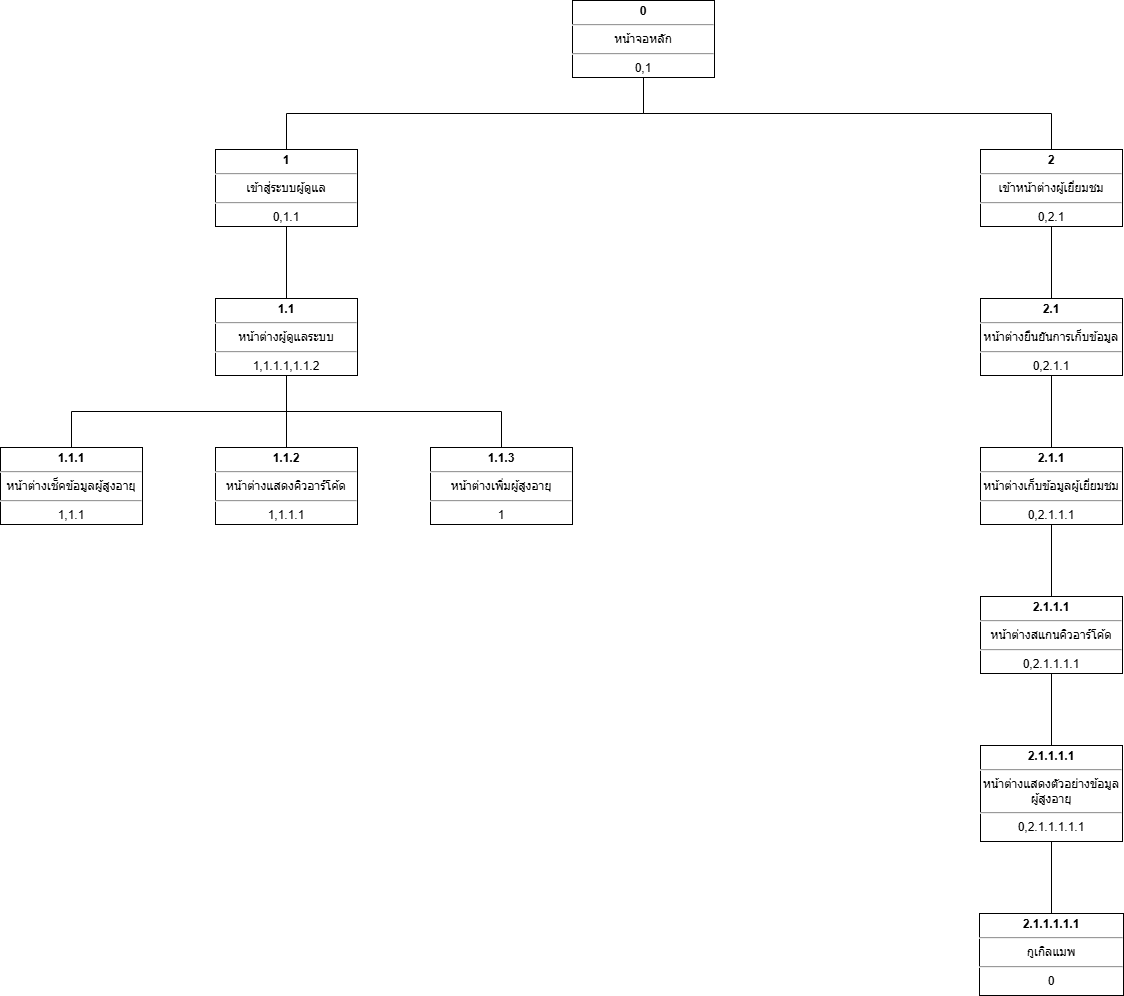
Earlier version of the draw.io export out/usecaseall/Userinterface.drawio.png (CChayut/Di-grm). Source tidied: cells renumbered, new cells last; positions are measured from the earlier drawing's top-left corner, leaving out a move shared by most shapes. Its diagram source:
```xml
<mxGraphModel>
  <root>
    <mxCell id="0" />
    <mxCell id="1" parent="0" />
    <mxCell id="2" style="edgeStyle=orthogonalEdgeStyle;rounded=0;jettySize=auto;html=1;exitX=0.5;exitY=1;exitDx=0;exitDy=0;entryX=0.5;entryY=0;entryDx=0;entryDy=0;fontSize=12;startSize=8;endSize=8;endArrow=none;startFill=0;" parent="1" edge="1" source="4" target="8">
      <mxGeometry relative="1" as="geometry" />
    </mxCell>
    <mxCell id="3" style="edgeStyle=orthogonalEdgeStyle;rounded=0;jettySize=auto;html=1;exitX=0.5;exitY=1;exitDx=0;exitDy=0;entryX=0.5;entryY=0;entryDx=0;entryDy=0;fontSize=12;startSize=8;endSize=8;endArrow=none;startFill=0;" parent="1" edge="1" source="4" target="6">
      <mxGeometry relative="1" as="geometry" />
    </mxCell>
    <mxCell id="4" value="&lt;p style=&quot;margin:0px;margin-top:4px;text-align:center;&quot;&gt;&lt;/p&gt;&lt;div style=&quot;text-align: center;&quot;&gt;&lt;span style=&quot;background-color: transparent; color: light-dark(rgb(0, 0, 0), rgb(255, 255, 255));&quot;&gt;&lt;b&gt;0&lt;/b&gt;&lt;/span&gt;&lt;/div&gt;&lt;div style=&quot;text-align: center;&quot;&gt;&lt;hr&gt;&lt;/div&gt;&lt;div style=&quot;text-align: center;&quot;&gt;&lt;span style=&quot;background-color: transparent; color: light-dark(rgb(0, 0, 0), rgb(255, 255, 255));&quot;&gt;หน้าจอหลัก&lt;/span&gt;&lt;/div&gt;&lt;div style=&quot;text-align: center;&quot;&gt;&lt;hr&gt;0,1&lt;/div&gt;" style="verticalAlign=top;align=left;overflow=fill;html=1;whiteSpace=wrap;" parent="1" vertex="1">
      <mxGeometry x="572" width="142" height="77" as="geometry" />
    </mxCell>
    <mxCell id="5" style="rounded=0;jettySize=auto;html=1;exitX=0.5;exitY=1;exitDx=0;exitDy=0;entryX=0.5;entryY=0;entryDx=0;entryDy=0;fontSize=12;startSize=8;endSize=8;endArrow=none;startFill=0;" parent="1" edge="1" source="6" target="12">
      <mxGeometry relative="1" as="geometry" />
    </mxCell>
    <mxCell id="6" value="&lt;p style=&quot;margin:0px;margin-top:4px;text-align:center;&quot;&gt;&lt;/p&gt;&lt;div style=&quot;text-align: center;&quot;&gt;&lt;b&gt;1&lt;/b&gt;&lt;/div&gt;&lt;div style=&quot;text-align: center;&quot;&gt;&lt;hr&gt;&lt;/div&gt;&lt;div style=&quot;text-align: center;&quot;&gt;&lt;/div&gt;&lt;div style=&quot;text-align: center;&quot;&gt;เข้าสู่ระบบผู้ดูแล&lt;/div&gt;&lt;hr&gt;&lt;div style=&quot;text-align: center;&quot;&gt;0,1.1&lt;/div&gt;" style="verticalAlign=top;align=left;overflow=fill;html=1;whiteSpace=wrap;" parent="1" vertex="1">
      <mxGeometry x="215" y="149" width="142" height="77" as="geometry" />
    </mxCell>
    <mxCell id="7" style="edgeStyle=none;curved=1;rounded=0;jettySize=auto;html=1;exitX=0.5;exitY=1;exitDx=0;exitDy=0;entryX=0.5;entryY=0;entryDx=0;entryDy=0;fontSize=12;startSize=8;endSize=8;endArrow=none;startFill=0;" parent="1" edge="1" source="8" target="17">
      <mxGeometry relative="1" as="geometry" />
    </mxCell>
    <mxCell id="8" value="&lt;p style=&quot;margin:0px;margin-top:4px;text-align:center;&quot;&gt;&lt;/p&gt;&lt;div style=&quot;text-align: center;&quot;&gt;&lt;b&gt;2&lt;/b&gt;&lt;/div&gt;&lt;div style=&quot;text-align: center;&quot;&gt;&lt;hr&gt;&lt;/div&gt;&lt;div style=&quot;text-align: center;&quot;&gt;&lt;/div&gt;&lt;div style=&quot;text-align: center;&quot;&gt;เข้าหน้าต่างผู้เยี่ยมชม&lt;/div&gt;&lt;hr&gt;&lt;div style=&quot;text-align: center;&quot;&gt;0,2.1&lt;/div&gt;" style="verticalAlign=top;align=left;overflow=fill;html=1;whiteSpace=wrap;" parent="1" vertex="1">
      <mxGeometry x="980" y="149" width="142" height="77" as="geometry" />
    </mxCell>
    <mxCell id="9" style="edgeStyle=orthogonalEdgeStyle;rounded=0;jettySize=auto;html=1;exitX=0.5;exitY=1;exitDx=0;exitDy=0;entryX=0.5;entryY=0;entryDx=0;entryDy=0;fontSize=12;startSize=8;endSize=8;endArrow=none;startFill=0;" parent="1" edge="1" source="12" target="13">
      <mxGeometry relative="1" as="geometry" />
    </mxCell>
    <mxCell id="10" style="edgeStyle=orthogonalEdgeStyle;rounded=0;jettySize=auto;html=1;exitX=0.5;exitY=1;exitDx=0;exitDy=0;entryX=0.5;entryY=0;entryDx=0;entryDy=0;fontSize=12;startSize=8;endSize=8;endArrow=none;startFill=0;" parent="1" edge="1" source="12" target="14">
      <mxGeometry relative="1" as="geometry" />
    </mxCell>
    <mxCell id="11" style="edgeStyle=orthogonalEdgeStyle;rounded=0;jettySize=auto;html=1;exitX=0.5;exitY=1;exitDx=0;exitDy=0;entryX=0.5;entryY=0;entryDx=0;entryDy=0;fontSize=12;startSize=8;endSize=8;endArrow=none;startFill=0;" parent="1" edge="1" source="12" target="15">
      <mxGeometry relative="1" as="geometry" />
    </mxCell>
    <mxCell id="12" value="&lt;p style=&quot;margin:0px;margin-top:4px;text-align:center;&quot;&gt;&lt;/p&gt;&lt;div style=&quot;text-align: center;&quot;&gt;&lt;b&gt;1.1&lt;/b&gt;&lt;/div&gt;&lt;div style=&quot;text-align: center;&quot;&gt;&lt;hr&gt;&lt;/div&gt;&lt;div style=&quot;text-align: center;&quot;&gt;&lt;/div&gt;&lt;div style=&quot;text-align: center;&quot;&gt;หน้าต่างผู้ดูแลระบบ&lt;/div&gt;&lt;hr&gt;&lt;div style=&quot;text-align: center;&quot;&gt;1,1.1.1,1.1.2&lt;/div&gt;" style="verticalAlign=top;align=left;overflow=fill;html=1;whiteSpace=wrap;" parent="1" vertex="1">
      <mxGeometry x="215" y="298" width="142" height="77" as="geometry" />
    </mxCell>
    <mxCell id="13" value="&lt;p style=&quot;margin:0px;margin-top:4px;text-align:center;&quot;&gt;&lt;/p&gt;&lt;div style=&quot;text-align: center;&quot;&gt;&lt;b&gt;1.1.1&lt;/b&gt;&lt;/div&gt;&lt;div style=&quot;text-align: center;&quot;&gt;&lt;hr&gt;&lt;/div&gt;&lt;div style=&quot;text-align: center;&quot;&gt;&lt;/div&gt;&lt;div style=&quot;text-align: center;&quot;&gt;หน้าต่างเช็คข้อมูลผู้สูงอายุ&lt;/div&gt;&lt;hr&gt;&lt;div style=&quot;text-align: center;&quot;&gt;1,1.1&lt;/div&gt;" style="verticalAlign=top;align=left;overflow=fill;html=1;whiteSpace=wrap;" parent="1" vertex="1">
      <mxGeometry y="447" width="142" height="77" as="geometry" />
    </mxCell>
    <mxCell id="14" value="&lt;p style=&quot;margin:0px;margin-top:4px;text-align:center;&quot;&gt;&lt;/p&gt;&lt;div style=&quot;text-align: center;&quot;&gt;&lt;b&gt;1.1.2&lt;/b&gt;&lt;/div&gt;&lt;div style=&quot;text-align: center;&quot;&gt;&lt;hr&gt;&lt;/div&gt;&lt;div style=&quot;text-align: center;&quot;&gt;&lt;/div&gt;&lt;div style=&quot;text-align: center;&quot;&gt;หน้าต่างแสดงคิวอาร์โค้ด&lt;/div&gt;&lt;hr&gt;&lt;div style=&quot;text-align: center;&quot;&gt;1,1.1.1&lt;/div&gt;" style="verticalAlign=top;align=left;overflow=fill;html=1;whiteSpace=wrap;" parent="1" vertex="1">
      <mxGeometry x="215" y="447" width="142" height="77" as="geometry" />
    </mxCell>
    <mxCell id="15" value="&lt;p style=&quot;margin:0px;margin-top:4px;text-align:center;&quot;&gt;&lt;/p&gt;&lt;div style=&quot;text-align: center;&quot;&gt;&lt;b&gt;1.1.3&lt;/b&gt;&lt;/div&gt;&lt;div style=&quot;text-align: center;&quot;&gt;&lt;hr&gt;&lt;/div&gt;&lt;div style=&quot;text-align: center;&quot;&gt;&lt;/div&gt;&lt;div style=&quot;text-align: center;&quot;&gt;หน้าต่างเพิ่มผู้สูงอายุ&lt;/div&gt;&lt;hr&gt;&lt;div style=&quot;text-align: center;&quot;&gt;1&lt;/div&gt;" style="verticalAlign=top;align=left;overflow=fill;html=1;whiteSpace=wrap;" parent="1" vertex="1">
      <mxGeometry x="430" y="447" width="142" height="77" as="geometry" />
    </mxCell>
    <mxCell id="16" style="edgeStyle=none;curved=1;rounded=0;jettySize=auto;html=1;exitX=0.5;exitY=1;exitDx=0;exitDy=0;entryX=0.5;entryY=0;entryDx=0;entryDy=0;fontSize=12;startSize=8;endSize=8;endArrow=none;startFill=0;" parent="1" edge="1" source="17" target="19">
      <mxGeometry relative="1" as="geometry" />
    </mxCell>
    <mxCell id="17" value="&lt;p style=&quot;margin:0px;margin-top:4px;text-align:center;&quot;&gt;&lt;/p&gt;&lt;div style=&quot;text-align: center;&quot;&gt;&lt;b&gt;2.1&lt;/b&gt;&lt;/div&gt;&lt;div style=&quot;text-align: center;&quot;&gt;&lt;hr&gt;&lt;/div&gt;&lt;div style=&quot;text-align: center;&quot;&gt;&lt;/div&gt;&lt;div style=&quot;text-align: center;&quot;&gt;หน้าต่างยืนยันการเก็บข้อมูล&lt;/div&gt;&lt;hr&gt;&lt;div style=&quot;text-align: center;&quot;&gt;0,2.1.1&lt;/div&gt;" style="verticalAlign=top;align=left;overflow=fill;html=1;whiteSpace=wrap;" parent="1" vertex="1">
      <mxGeometry x="980" y="298" width="142" height="77" as="geometry" />
    </mxCell>
    <mxCell id="18" style="edgeStyle=none;curved=1;rounded=0;jettySize=auto;html=1;exitX=0.5;exitY=1;exitDx=0;exitDy=0;entryX=0.5;entryY=0;entryDx=0;entryDy=0;fontSize=12;startSize=8;endSize=8;endArrow=none;startFill=0;" parent="1" edge="1" source="19" target="21">
      <mxGeometry relative="1" as="geometry" />
    </mxCell>
    <mxCell id="19" value="&lt;p style=&quot;margin:0px;margin-top:4px;text-align:center;&quot;&gt;&lt;/p&gt;&lt;div style=&quot;text-align: center;&quot;&gt;&lt;b&gt;2.1.1&lt;/b&gt;&lt;/div&gt;&lt;div style=&quot;text-align: center;&quot;&gt;&lt;hr&gt;&lt;/div&gt;&lt;div style=&quot;text-align: center;&quot;&gt;&lt;/div&gt;&lt;div style=&quot;text-align: center;&quot;&gt;หน้าต่างเก็บข้อมูลผู้เยี่ยมชม&lt;/div&gt;&lt;hr&gt;&lt;div style=&quot;text-align: center;&quot;&gt;0,2.1.1.1&lt;/div&gt;" style="verticalAlign=top;align=left;overflow=fill;html=1;whiteSpace=wrap;" parent="1" vertex="1">
      <mxGeometry x="980" y="447" width="142" height="77" as="geometry" />
    </mxCell>
    <mxCell id="20" style="edgeStyle=none;curved=1;rounded=0;jettySize=auto;html=1;exitX=0.5;exitY=1;exitDx=0;exitDy=0;entryX=0.5;entryY=0;entryDx=0;entryDy=0;fontSize=12;startSize=8;endSize=8;endArrow=none;startFill=0;" parent="1" edge="1" source="21" target="23">
      <mxGeometry relative="1" as="geometry" />
    </mxCell>
    <mxCell id="21" value="&lt;p style=&quot;margin:0px;margin-top:4px;text-align:center;&quot;&gt;&lt;/p&gt;&lt;div style=&quot;text-align: center;&quot;&gt;&lt;b&gt;2.1.1.1&lt;/b&gt;&lt;/div&gt;&lt;div style=&quot;text-align: center;&quot;&gt;&lt;hr&gt;&lt;/div&gt;&lt;div style=&quot;text-align: center;&quot;&gt;&lt;/div&gt;&lt;div style=&quot;text-align: center;&quot;&gt;หน้าต่างสแกนคิวอาร์โค้ด&lt;/div&gt;&lt;hr&gt;&lt;div style=&quot;text-align: center;&quot;&gt;0,2.1.1.1.1&lt;/div&gt;" style="verticalAlign=top;align=left;overflow=fill;html=1;whiteSpace=wrap;" parent="1" vertex="1">
      <mxGeometry x="980" y="596" width="142" height="77" as="geometry" />
    </mxCell>
    <mxCell id="22" style="edgeStyle=none;curved=1;rounded=0;jettySize=auto;html=1;exitX=0.5;exitY=1;exitDx=0;exitDy=0;entryX=0.5;entryY=0;entryDx=0;entryDy=0;fontSize=12;startSize=8;endSize=8;endArrow=none;startFill=0;" parent="1" edge="1" source="23" target="24">
      <mxGeometry relative="1" as="geometry" />
    </mxCell>
    <mxCell id="23" value="&lt;p style=&quot;margin:0px;margin-top:4px;text-align:center;&quot;&gt;&lt;/p&gt;&lt;div style=&quot;text-align: center;&quot;&gt;&lt;b&gt;2.1.1.1.1&lt;/b&gt;&lt;/div&gt;&lt;div style=&quot;text-align: center;&quot;&gt;&lt;hr&gt;&lt;/div&gt;&lt;div style=&quot;text-align: center;&quot;&gt;&lt;/div&gt;&lt;div style=&quot;text-align: center;&quot;&gt;หน้าต่างแสดงตัวอย่างข้อมูลผู้สูงอายุ&lt;/div&gt;&lt;hr&gt;&lt;div style=&quot;text-align: center;&quot;&gt;0,2.1.1.1.1.1&lt;/div&gt;" style="verticalAlign=top;align=left;overflow=fill;html=1;whiteSpace=wrap;" parent="1" vertex="1">
      <mxGeometry x="980" y="745" width="142" height="96" as="geometry" />
    </mxCell>
    <mxCell id="24" value="&lt;p style=&quot;margin:0px;margin-top:4px;text-align:center;&quot;&gt;&lt;/p&gt;&lt;div style=&quot;text-align: center;&quot;&gt;&lt;b&gt;2.1.1.1.1.1&lt;/b&gt;&lt;/div&gt;&lt;div style=&quot;text-align: center;&quot;&gt;&lt;hr&gt;&lt;/div&gt;&lt;div style=&quot;text-align: center;&quot;&gt;&lt;/div&gt;&lt;div style=&quot;text-align: center;&quot;&gt;กูเกิลแมพ&lt;/div&gt;&lt;hr&gt;&lt;div style=&quot;text-align: center;&quot;&gt;0&lt;/div&gt;" style="verticalAlign=top;align=left;overflow=fill;html=1;whiteSpace=wrap;" parent="1" vertex="1">
      <mxGeometry x="979" y="913" width="144" height="82" as="geometry" />
    </mxCell>
  </root>
</mxGraphModel>
```
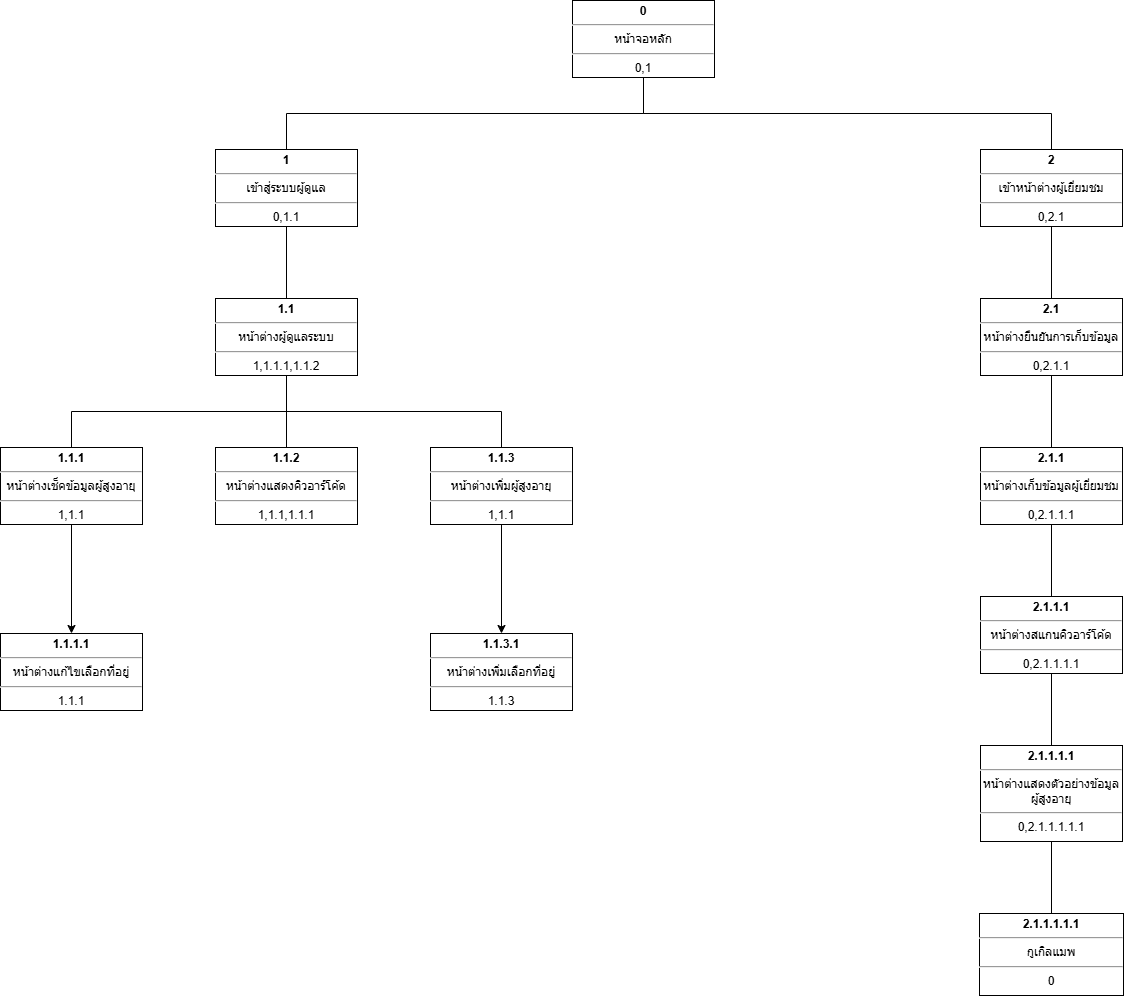
The same file after the commit.

Change to the diagram source:
```diff
@@ -35,13 +35,19 @@
     <mxCell id="12" value="&lt;p style=&quot;margin:0px;margin-top:4px;text-align:center;&quot;&gt;&lt;/p&gt;&lt;div style=&quot;text-align: center;&quot;&gt;&lt;b&gt;1.1&lt;/b&gt;&lt;/div&gt;&lt;div style=&quot;text-align: center;&quot;&gt;&lt;hr&gt;&lt;/div&gt;&lt;div style=&quot;text-align: center;&quot;&gt;&lt;/div&gt;&lt;div style=&quot;text-align: center;&quot;&gt;หน้าต่างผู้ดูแลระบบ&lt;/div&gt;&lt;hr&gt;&lt;div style=&quot;text-align: center;&quot;&gt;1,1.1.1,1.1.2&lt;/div&gt;" style="verticalAlign=top;align=left;overflow=fill;html=1;whiteSpace=wrap;" parent="1" vertex="1">
       <mxGeometry x="215" y="298" width="142" height="77" as="geometry" />
     </mxCell>
+    <mxCell id="25" style="edgeStyle=orthogonalEdgeStyle;rounded=0;jettySize=auto;html=1;exitX=0.5;exitY=1;exitDx=0;exitDy=0;entryX=0.5;entryY=0;entryDx=0;entryDy=0;" parent="1" edge="1" source="13" target="27">
+      <mxGeometry relative="1" as="geometry" />
+    </mxCell>
     <mxCell id="13" value="&lt;p style=&quot;margin:0px;margin-top:4px;text-align:center;&quot;&gt;&lt;/p&gt;&lt;div style=&quot;text-align: center;&quot;&gt;&lt;b&gt;1.1.1&lt;/b&gt;&lt;/div&gt;&lt;div style=&quot;text-align: center;&quot;&gt;&lt;hr&gt;&lt;/div&gt;&lt;div style=&quot;text-align: center;&quot;&gt;&lt;/div&gt;&lt;div style=&quot;text-align: center;&quot;&gt;หน้าต่างเช็คข้อมูลผู้สูงอายุ&lt;/div&gt;&lt;hr&gt;&lt;div style=&quot;text-align: center;&quot;&gt;1,1.1&lt;/div&gt;" style="verticalAlign=top;align=left;overflow=fill;html=1;whiteSpace=wrap;" parent="1" vertex="1">
       <mxGeometry y="447" width="142" height="77" as="geometry" />
     </mxCell>
-    <mxCell id="14" value="&lt;p style=&quot;margin:0px;margin-top:4px;text-align:center;&quot;&gt;&lt;/p&gt;&lt;div style=&quot;text-align: center;&quot;&gt;&lt;b&gt;1.1.2&lt;/b&gt;&lt;/div&gt;&lt;div style=&quot;text-align: center;&quot;&gt;&lt;hr&gt;&lt;/div&gt;&lt;div style=&quot;text-align: center;&quot;&gt;&lt;/div&gt;&lt;div style=&quot;text-align: center;&quot;&gt;หน้าต่างแสดงคิวอาร์โค้ด&lt;/div&gt;&lt;hr&gt;&lt;div style=&quot;text-align: center;&quot;&gt;1,1.1.1&lt;/div&gt;" style="verticalAlign=top;align=left;overflow=fill;html=1;whiteSpace=wrap;" parent="1" vertex="1">
+    <mxCell id="14" value="&lt;p style=&quot;margin:0px;margin-top:4px;text-align:center;&quot;&gt;&lt;/p&gt;&lt;div style=&quot;text-align: center;&quot;&gt;&lt;b&gt;1.1.2&lt;/b&gt;&lt;/div&gt;&lt;div style=&quot;text-align: center;&quot;&gt;&lt;hr&gt;&lt;/div&gt;&lt;div style=&quot;text-align: center;&quot;&gt;&lt;/div&gt;&lt;div style=&quot;text-align: center;&quot;&gt;หน้าต่างแสดงคิวอาร์โค้ด&lt;/div&gt;&lt;hr&gt;&lt;div style=&quot;text-align: center;&quot;&gt;1,1.1,1.1.1&lt;/div&gt;" style="verticalAlign=top;align=left;overflow=fill;html=1;whiteSpace=wrap;" parent="1" vertex="1">
       <mxGeometry x="215" y="447" width="142" height="77" as="geometry" />
     </mxCell>
+    <mxCell id="26" style="edgeStyle=orthogonalEdgeStyle;rounded=0;jettySize=auto;html=1;exitX=0.5;exitY=1;exitDx=0;exitDy=0;entryX=0.5;entryY=0;entryDx=0;entryDy=0;" parent="1" edge="1" source="15" target="28">
+      <mxGeometry relative="1" as="geometry" />
+    </mxCell>
-    <mxCell id="15" value="&lt;p style=&quot;margin:0px;margin-top:4px;text-align:center;&quot;&gt;&lt;/p&gt;&lt;div style=&quot;text-align: center;&quot;&gt;&lt;b&gt;1.1.3&lt;/b&gt;&lt;/div&gt;&lt;div style=&quot;text-align: center;&quot;&gt;&lt;hr&gt;&lt;/div&gt;&lt;div style=&quot;text-align: center;&quot;&gt;&lt;/div&gt;&lt;div style=&quot;text-align: center;&quot;&gt;หน้าต่างเพิ่มผู้สูงอายุ&lt;/div&gt;&lt;hr&gt;&lt;div style=&quot;text-align: center;&quot;&gt;1&lt;/div&gt;" style="verticalAlign=top;align=left;overflow=fill;html=1;whiteSpace=wrap;" parent="1" vertex="1">
+    <mxCell id="15" value="&lt;p style=&quot;margin:0px;margin-top:4px;text-align:center;&quot;&gt;&lt;/p&gt;&lt;div style=&quot;text-align: center;&quot;&gt;&lt;b&gt;1.1.3&lt;/b&gt;&lt;/div&gt;&lt;div style=&quot;text-align: center;&quot;&gt;&lt;hr&gt;&lt;/div&gt;&lt;div style=&quot;text-align: center;&quot;&gt;&lt;/div&gt;&lt;div style=&quot;text-align: center;&quot;&gt;หน้าต่างเพิ่มผู้สูงอายุ&lt;/div&gt;&lt;hr&gt;&lt;div style=&quot;text-align: center;&quot;&gt;1,1.1&lt;/div&gt;" style="verticalAlign=top;align=left;overflow=fill;html=1;whiteSpace=wrap;" parent="1" vertex="1">
       <mxGeometry x="430" y="447" width="142" height="77" as="geometry" />
     </mxCell>
     <mxCell id="16" style="edgeStyle=none;curved=1;rounded=0;jettySize=auto;html=1;exitX=0.5;exitY=1;exitDx=0;exitDy=0;entryX=0.5;entryY=0;entryDx=0;entryDy=0;fontSize=12;startSize=8;endSize=8;endArrow=none;startFill=0;" parent="1" edge="1" source="17" target="19">
@@ -71,5 +77,11 @@
     <mxCell id="24" value="&lt;p style=&quot;margin:0px;margin-top:4px;text-align:center;&quot;&gt;&lt;/p&gt;&lt;div style=&quot;text-align: center;&quot;&gt;&lt;b&gt;2.1.1.1.1.1&lt;/b&gt;&lt;/div&gt;&lt;div style=&quot;text-align: center;&quot;&gt;&lt;hr&gt;&lt;/div&gt;&lt;div style=&quot;text-align: center;&quot;&gt;&lt;/div&gt;&lt;div style=&quot;text-align: center;&quot;&gt;กูเกิลแมพ&lt;/div&gt;&lt;hr&gt;&lt;div style=&quot;text-align: center;&quot;&gt;0&lt;/div&gt;" style="verticalAlign=top;align=left;overflow=fill;html=1;whiteSpace=wrap;" parent="1" vertex="1">
       <mxGeometry x="979" y="913" width="144" height="82" as="geometry" />
     </mxCell>
+    <mxCell id="27" value="&lt;p style=&quot;margin:0px;margin-top:4px;text-align:center;&quot;&gt;&lt;/p&gt;&lt;div style=&quot;text-align: center;&quot;&gt;&lt;b&gt;1.1.1.1&lt;/b&gt;&lt;/div&gt;&lt;div style=&quot;text-align: center;&quot;&gt;&lt;hr&gt;&lt;/div&gt;&lt;div style=&quot;text-align: center;&quot;&gt;&lt;/div&gt;&lt;div style=&quot;text-align: center;&quot;&gt;หน้าต่างแก้ไขเลือกที่อยู่&lt;/div&gt;&lt;hr&gt;&lt;div style=&quot;text-align: center;&quot;&gt;1.1.1&lt;/div&gt;" style="verticalAlign=top;align=left;overflow=fill;html=1;whiteSpace=wrap;" parent="1" vertex="1">
+      <mxGeometry y="633" width="142" height="77" as="geometry" />
+    </mxCell>
+    <mxCell id="28" value="&lt;p style=&quot;margin:0px;margin-top:4px;text-align:center;&quot;&gt;&lt;/p&gt;&lt;div style=&quot;text-align: center;&quot;&gt;&lt;b&gt;1.1.3.1&lt;/b&gt;&lt;/div&gt;&lt;div style=&quot;text-align: center;&quot;&gt;&lt;hr&gt;&lt;/div&gt;&lt;div style=&quot;text-align: center;&quot;&gt;&lt;/div&gt;&lt;div style=&quot;text-align: center;&quot;&gt;หน้าต่างเพิ่มเลือกที่อยู่&lt;/div&gt;&lt;hr&gt;&lt;div style=&quot;text-align: center;&quot;&gt;1.1.3&lt;/div&gt;" style="verticalAlign=top;align=left;overflow=fill;html=1;whiteSpace=wrap;" parent="1" vertex="1">
+      <mxGeometry x="430" y="633" width="142" height="77" as="geometry" />
+    </mxCell>
   </root>
 </mxGraphModel>
```
